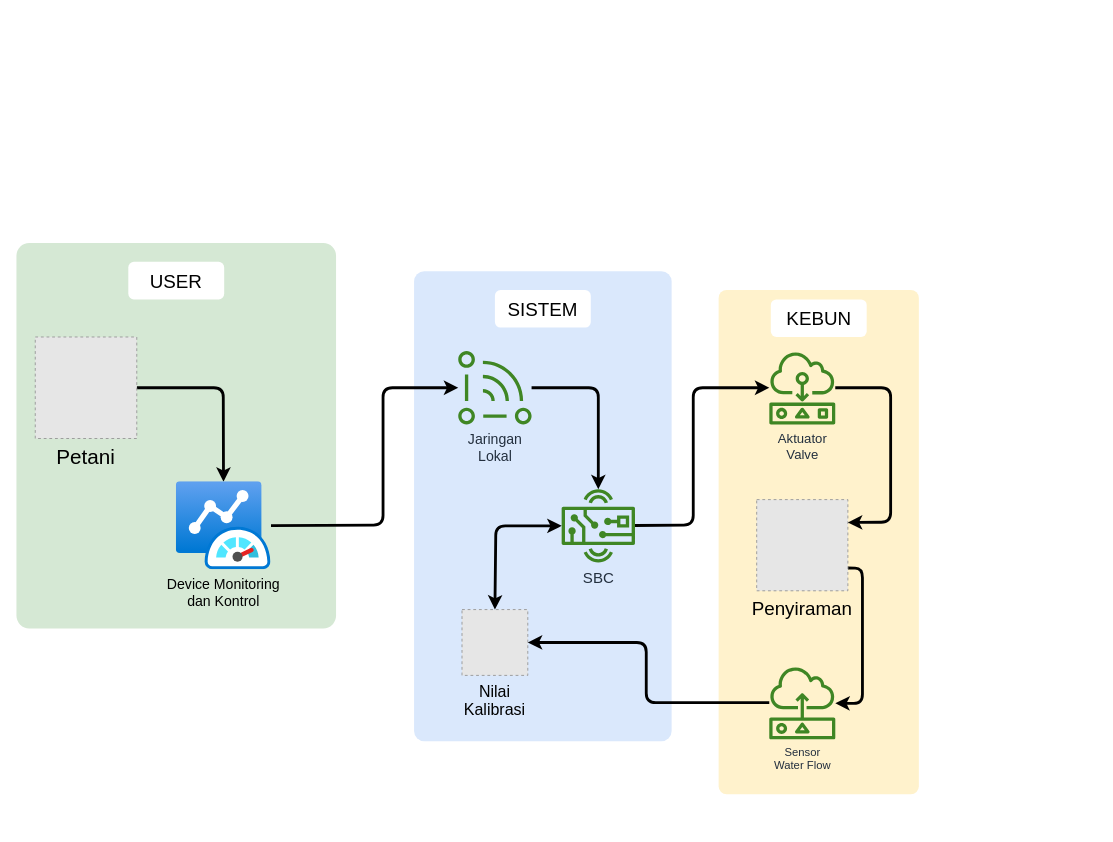
Above: page "DFD Level 2 A" (1 of 5) of project/DFD/dfd.drawio in syukrillah0108/smawa (draw.io), before the change. Source tidied: cells renumbered, new cells numbered last; positions are measured from the earlier drawing's top-left corner, leaving out a move shared by most shapes. Both pictures are drawn from the tidied source at 94%, with x=0, y=0 at pixel (16, 243). Pictures stored in the file or linked from it are replaced by grey dashed boxes.
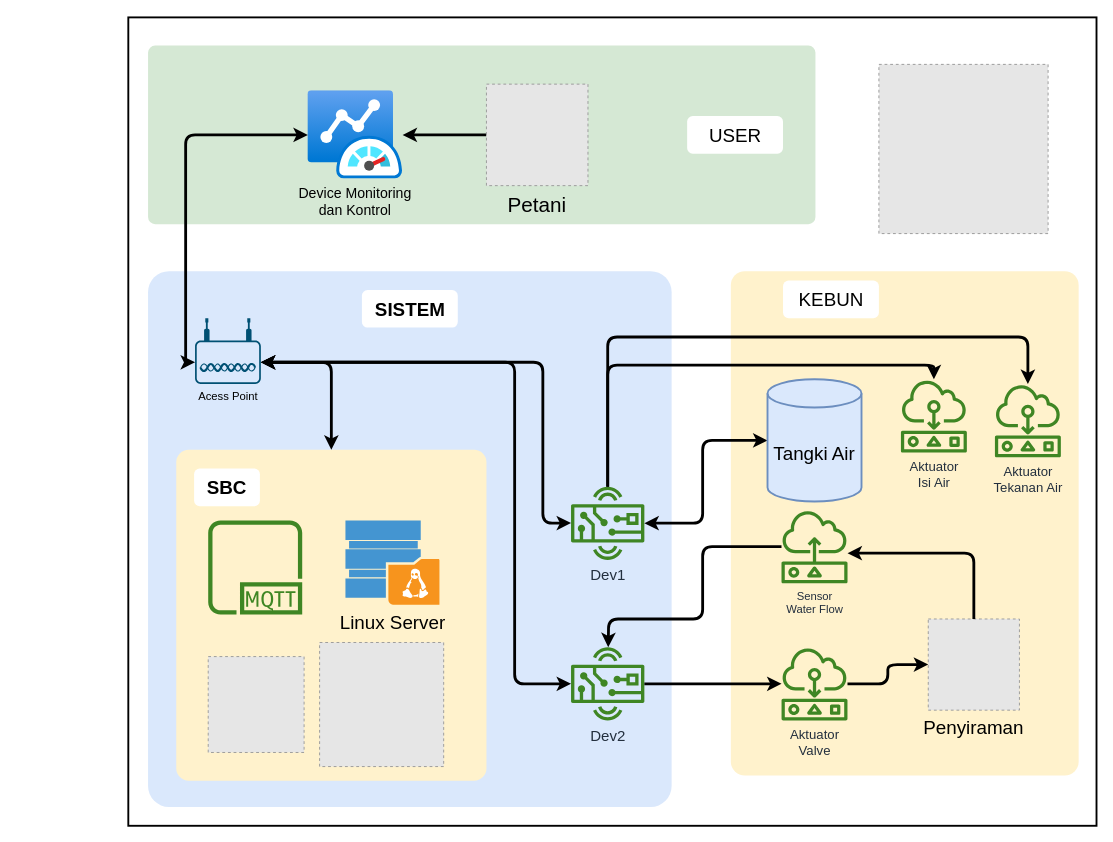
After the change.

What changed in the source:
```diff
@@
+    <mxCell id="24" style="rounded=0;whiteSpace=wrap;html=1;strokeWidth=2;fontSize=20;" parent="1" vertex="1">
+      <mxGeometry x="119" y="-240" width="1030" height="860" as="geometry" />
+    </mxCell>
     <mxCell id="2" style="rounded=1;whiteSpace=wrap;html=1;fontSize=20;strokeWidth=3;fillColor=#fff2cc;strokeColor=none;arcSize=4;" parent="1" vertex="1">
-      <mxGeometry x="747" y="50" width="213" height="536.5" as="geometry" />
+      <mxGeometry x="760" y="30" width="370" height="536.5" as="geometry" />
     </mxCell>
     <mxCell id="3" style="rounded=1;whiteSpace=wrap;html=1;fontSize=20;strokeWidth=3;fillColor=#dae8fc;strokeColor=none;arcSize=4;" parent="1" vertex="1">
-      <mxGeometry x="423" y="30" width="274" height="500" as="geometry" />
+      <mxGeometry x="140" y="30" width="557" height="570" as="geometry" />
     </mxCell>
     <mxCell id="4" style="rounded=1;whiteSpace=wrap;html=1;fontSize=20;strokeWidth=3;fillColor=#d5e8d4;strokeColor=none;arcSize=4;" parent="1" vertex="1">
-      <mxGeometry width="340" height="410" as="geometry" />
+      <mxGeometry x="140" y="-210" width="710" height="190" as="geometry" />
     </mxCell>
-    <mxCell id="5" style="edgeStyle=none;html=1;strokeWidth=3;fontSize=24;exitX=1;exitY=0.5;exitDx=0;exitDy=0;" parent="1" edge="1" source="6" target="19">
-      <mxGeometry relative="1" as="geometry">
-        <Array as="points">
-          <mxPoint x="220" y="154" />
-        </Array>
-      </mxGeometry>
+    <mxCell id="5" style="edgeStyle=orthogonalEdgeStyle;html=1;strokeWidth=3;fontSize=24;exitX=0;exitY=0.5;exitDx=0;exitDy=0;" parent="1" edge="1" source="6" target="19">
+      <mxGeometry relative="1" as="geometry" />
     </mxCell>
     <mxCell id="6" value="Petani" style="fillColor=#E6E6E6;strokeColor=#999999;dashed=1;verticalLabelPosition=bottom;labelBackgroundColor=none;verticalAlign=top;fontSize=22;" parent="1" vertex="1">
-      <mxGeometry x="20" y="100" width="108" height="108" as="geometry" />
+      <mxGeometry x="500" y="-169" width="108" height="108" as="geometry" />
     </mxCell>
-    <mxCell id="7" value="Nilai&#10;Kalibrasi" style="fillColor=#E6E6E6;strokeColor=#999999;dashed=1;verticalLabelPosition=bottom;labelBackgroundColor=none;verticalAlign=top;fontSize=17;" parent="1" vertex="1">
-      <mxGeometry x="474" y="390" width="70" height="70" as="geometry" />
-    </mxCell>
-    <mxCell id="8" style="edgeStyle=none;html=1;strokeWidth=3;fontSize=20;exitX=1;exitY=0.75;exitDx=0;exitDy=0;" parent="1" edge="1" source="9" target="13">
-      <mxGeometry relative="1" as="geometry">
-        <Array as="points">
-          <mxPoint x="900" y="346" />
-          <mxPoint x="900" y="490" />
-        </Array>
-      </mxGeometry>
-    </mxCell>
     <mxCell id="9" value="Penyiraman" style="fillColor=#E6E6E6;strokeColor=#999999;dashed=1;verticalLabelPosition=bottom;labelBackgroundColor=none;verticalAlign=top;fontSize=20;" parent="1" vertex="1">
-      <mxGeometry x="787.5" y="273" width="97" height="97" as="geometry" />
+      <mxGeometry x="970" y="400" width="97" height="97" as="geometry" />
     </mxCell>
-    <mxCell id="10" style="edgeStyle=none;html=1;entryX=1;entryY=0.25;entryDx=0;entryDy=0;strokeWidth=3;fontSize=20;" parent="1" edge="1" source="11" target="9">
-      <mxGeometry relative="1" as="geometry">
-        <Array as="points">
-          <mxPoint x="930" y="154" />
-          <mxPoint x="930" y="297" />
-        </Array>
-      </mxGeometry>
-    </mxCell>
     <mxCell id="11" value="&lt;font style=&quot;font-size: 14px;&quot;&gt;Aktuator&lt;br style=&quot;font-size: 14px;&quot;&gt;Valve&lt;/font&gt;" style="sketch=0;outlineConnect=0;fontColor=#232F3E;gradientColor=none;fillColor=#3F8624;strokeColor=none;dashed=0;verticalLabelPosition=bottom;verticalAlign=top;align=center;html=1;fontSize=14;fontStyle=0;shape=mxgraph.aws4.actuator;" parent="1" vertex="1">
-      <mxGeometry x="800" y="115" width="72" height="78" as="geometry" />
+      <mxGeometry x="813" y="430" width="72" height="78" as="geometry" />
     </mxCell>
-    <mxCell id="12" style="edgeStyle=none;html=1;strokeWidth=3;fontSize=20;entryX=1;entryY=0.5;entryDx=0;entryDy=0;" parent="1" edge="1" source="13" target="7">
-      <mxGeometry relative="1" as="geometry">
-        <Array as="points">
-          <mxPoint x="670" y="489" />
-          <mxPoint x="670" y="425" />
-        </Array>
-      </mxGeometry>
-    </mxCell>
     <mxCell id="13" value="Sensor&lt;br&gt;Water Flow" style="sketch=0;outlineConnect=0;fontColor=#232F3E;gradientColor=none;fillColor=#3F8624;strokeColor=none;dashed=0;verticalLabelPosition=bottom;verticalAlign=top;align=center;html=1;fontSize=12;fontStyle=0;shape=mxgraph.aws4.sensor;" parent="1" vertex="1">
-      <mxGeometry x="800" y="450" width="72" height="78" as="geometry" />
+      <mxGeometry x="813" y="284" width="72" height="78" as="geometry" />
     </mxCell>
-    <mxCell id="14" style="edgeStyle=none;html=1;strokeWidth=3;" parent="1" edge="1" source="15" target="17">
-      <mxGeometry relative="1" as="geometry">
-        <Array as="points">
-          <mxPoint x="619" y="154" />
-        </Array>
-      </mxGeometry>
-    </mxCell>
-    <mxCell id="15" value="&lt;font style=&quot;font-size: 15px;&quot;&gt;Jaringan&lt;br&gt;Lokal&lt;/font&gt;" style="sketch=0;outlineConnect=0;fontColor=#232F3E;gradientColor=none;fillColor=#3F8624;strokeColor=none;dashed=0;verticalLabelPosition=bottom;verticalAlign=top;align=center;html=1;fontSize=12;fontStyle=0;shape=mxgraph.aws4.iot_sailboat;" parent="1" vertex="1">
-      <mxGeometry x="470" y="115" width="78" height="78" as="geometry" />
-    </mxCell>
-    <mxCell id="16" style="edgeStyle=none;html=1;strokeWidth=3;fontSize=20;" parent="1" edge="1" source="17" target="11">
-      <mxGeometry relative="1" as="geometry">
-        <Array as="points">
-          <mxPoint x="720" y="300" />
-          <mxPoint x="720" y="154" />
-        </Array>
-      </mxGeometry>
-    </mxCell>
-    <mxCell id="17" value="SBC" style="sketch=0;outlineConnect=0;fontColor=#232F3E;gradientColor=none;fillColor=#3F8624;strokeColor=none;dashed=0;verticalLabelPosition=bottom;verticalAlign=top;align=center;html=1;fontSize=16;fontStyle=0;shape=mxgraph.aws4.hardware_board;" parent="1" vertex="1">
-      <mxGeometry x="580" y="261.9" width="78" height="78" as="geometry" />
+    <mxCell id="17" value="Dev1" style="sketch=0;outlineConnect=0;fontColor=#232F3E;gradientColor=none;fillColor=#3F8624;strokeColor=none;dashed=0;verticalLabelPosition=bottom;verticalAlign=top;align=center;html=1;fontSize=16;fontStyle=0;shape=mxgraph.aws4.hardware_board;" parent="1" vertex="1">
+      <mxGeometry x="590" y="259.2" width="78" height="78" as="geometry" />
     </mxCell>
-    <mxCell id="18" style="edgeStyle=none;html=1;strokeWidth=3;" parent="1" edge="1" source="19" target="15">
-      <mxGeometry relative="1" as="geometry">
-        <Array as="points">
-          <mxPoint x="390" y="300" />
-          <mxPoint x="390" y="154" />
-        </Array>
-      </mxGeometry>
-    </mxCell>
     <mxCell id="19" value="Device Monitoring&lt;br style=&quot;font-size: 15px;&quot;&gt;dan Kontrol" style="html=1;points=[];align=center;image;fontSize=15;image=img/lib/azure2/other/Azure_Monitor_Dashboard.svg;labelBackgroundColor=none;" parent="1" vertex="1">
-      <mxGeometry x="170" y="254" width="100.8" height="93.7" as="geometry" />
+      <mxGeometry x="310" y="-161.9" width="100.8" height="93.7" as="geometry" />
     </mxCell>
-    <mxCell id="20" style="endArrow=classic;startArrow=classic;html=1;strokeWidth=3;fontSize=20;exitX=0.5;exitY=0;exitDx=0;exitDy=0;" parent="1" edge="1" source="7" target="17">
-      <mxGeometry relative="1" as="geometry">
-        <Array as="points">
-          <mxPoint x="510" y="301" />
-        </Array>
-      </mxGeometry>
-    </mxCell>
     <mxCell id="21" value="USER" style="rounded=1;whiteSpace=wrap;html=1;labelBackgroundColor=none;strokeWidth=3;fontSize=20;strokeColor=none;" parent="1" vertex="1">
-      <mxGeometry x="119" y="20" width="102" height="40" as="geometry" />
+      <mxGeometry x="713.5" y="-135" width="102" height="40" as="geometry" />
     </mxCell>
-    <mxCell id="22" value="SISTEM" style="rounded=1;whiteSpace=wrap;html=1;labelBackgroundColor=none;strokeWidth=3;fontSize=20;strokeColor=none;" parent="1" vertex="1">
-      <mxGeometry x="509" y="50" width="102" height="40" as="geometry" />
+    <mxCell id="22" value="SISTEM" style="rounded=1;whiteSpace=wrap;html=1;labelBackgroundColor=none;strokeWidth=3;fontSize=20;strokeColor=none;fontStyle=1;" parent="1" vertex="1">
+      <mxGeometry x="367.5" y="50" width="102" height="40" as="geometry" />
     </mxCell>
     <mxCell id="23" value="KEBUN" style="rounded=1;whiteSpace=wrap;html=1;labelBackgroundColor=none;strokeWidth=3;fontSize=20;strokeColor=none;" parent="1" vertex="1">
-      <mxGeometry x="802.5" y="60" width="102" height="40" as="geometry" />
+      <mxGeometry x="815.5" y="40" width="102" height="40" as="geometry" />
     </mxCell>
+    <mxCell id="25" value="Acess Point" style="points=[[0.03,0.36,0],[0.18,0,0],[0.5,0.34,0],[0.82,0,0],[0.97,0.36,0],[1,0.67,0],[0.975,0.975,0],[0.5,1,0],[0.025,0.975,0],[0,0.67,0]];verticalLabelPosition=bottom;sketch=0;html=1;verticalAlign=top;align=center;shape=mxgraph.cisco19.wireless_access_point;fillColor=#005073;strokeColor=none;strokeWidth=1;perimeterSpacing=0;" parent="1" vertex="1">
+      <mxGeometry x="190" y="80" width="70" height="70" as="geometry" />
+    </mxCell>
+    <mxCell id="26" style="group;" parent="1" vertex="1">
+      <mxGeometry x="170" y="220" width="330" height="352" as="geometry" />
+    </mxCell>
+    <mxCell id="27" style="rounded=1;whiteSpace=wrap;html=1;fontSize=20;strokeWidth=3;fillColor=#fff2cc;strokeColor=none;arcSize=4;" parent="26" vertex="1">
+      <mxGeometry width="330" height="352" as="geometry" />
+    </mxCell>
+    <mxCell id="28" value="SBC" style="rounded=1;whiteSpace=wrap;html=1;labelBackgroundColor=none;strokeWidth=3;fontSize=20;strokeColor=none;fontStyle=1;" parent="26" vertex="1">
+      <mxGeometry x="19" y="20" width="70" height="40" as="geometry" />
+    </mxCell>
+    <mxCell id="29" style="sketch=0;fontColor=#232F3E;gradientColor=none;fillColor=#3F8624;strokeColor=none;dashed=0;verticalLabelPosition=bottom;verticalAlign=top;align=center;html=1;fontSize=12;fontStyle=0;shape=mxgraph.aws4.mqtt_protocol;strokeWidth=1;" parent="26" vertex="1">
+      <mxGeometry x="34" y="75.2" width="100" height="100" as="geometry" />
+    </mxCell>
+    <mxCell id="30" value="Linux Server" style="shadow=0;dashed=0;html=1;strokeColor=none;fillColor=#4495D1;labelPosition=center;verticalLabelPosition=bottom;verticalAlign=top;align=center;shape=mxgraph.veeam.linux_repository;strokeWidth=1;fontSize=20;" parent="26" vertex="1">
+      <mxGeometry x="180" y="75.2" width="100" height="89.6" as="geometry" />
+    </mxCell>
+    <mxCell id="31" style="fillColor=#E6E6E6;strokeColor=#999999;dashed=1;verticalLabelPosition=bottom;labelBackgroundColor=default;verticalAlign=top;" parent="26" vertex="1">
+      <mxGeometry x="34" y="220" width="102" height="102" as="geometry" />
+    </mxCell>
+    <mxCell id="32" style="fillColor=#E6E6E6;strokeColor=#999999;dashed=1;verticalLabelPosition=bottom;labelBackgroundColor=default;verticalAlign=top;" parent="26" vertex="1">
+      <mxGeometry x="152.5" y="205" width="132" height="132" as="geometry" />
+    </mxCell>
+    <mxCell id="33" value="Dev2" style="sketch=0;outlineConnect=0;fontColor=#232F3E;gradientColor=none;fillColor=#3F8624;strokeColor=none;dashed=0;verticalLabelPosition=bottom;verticalAlign=top;align=center;html=1;fontSize=16;fontStyle=0;shape=mxgraph.aws4.hardware_board;" parent="1" vertex="1">
+      <mxGeometry x="590" y="430" width="78" height="78" as="geometry" />
+    </mxCell>
+    <mxCell id="34" style="endArrow=classic;startArrow=classic;html=1;fontSize=20;strokeWidth=3;exitX=1;exitY=0.67;exitDx=0;exitDy=0;exitPerimeter=0;entryX=0.5;entryY=0;entryDx=0;entryDy=0;" parent="1" edge="1" source="25" target="27">
+      <mxGeometry relative="1" as="geometry">
+        <Array as="points">
+          <mxPoint x="335" y="127" />
+        </Array>
+      </mxGeometry>
+    </mxCell>
+    <mxCell id="35" style="endArrow=classic;startArrow=classic;html=1;fontSize=20;strokeWidth=3;exitX=1;exitY=0.67;exitDx=0;exitDy=0;exitPerimeter=0;edgeStyle=orthogonalEdgeStyle;" parent="1" edge="1" source="25" target="17">
+      <mxGeometry relative="1" as="geometry">
+        <Array as="points">
+          <mxPoint x="560" y="127" />
+          <mxPoint x="560" y="298" />
+        </Array>
+      </mxGeometry>
+    </mxCell>
+    <mxCell id="36" style="endArrow=classic;startArrow=classic;html=1;fontSize=20;strokeWidth=3;exitX=1;exitY=0.67;exitDx=0;exitDy=0;exitPerimeter=0;edgeStyle=orthogonalEdgeStyle;" parent="1" edge="1" source="25" target="33">
+      <mxGeometry relative="1" as="geometry">
+        <Array as="points">
+          <mxPoint x="530" y="127" />
+          <mxPoint x="530" y="469" />
+        </Array>
+      </mxGeometry>
+    </mxCell>
+    <mxCell id="37" style="endArrow=classic;startArrow=classic;html=1;strokeWidth=3;fontSize=20;entryX=0;entryY=0.67;entryDx=0;entryDy=0;entryPerimeter=0;edgeStyle=orthogonalEdgeStyle;" parent="1" edge="1" source="19" target="25">
+      <mxGeometry relative="1" as="geometry" />
+    </mxCell>
+    <mxCell id="38" style="endArrow=classic;startArrow=classic;html=1;strokeWidth=3;fontSize=20;exitX=0;exitY=0.5;exitDx=0;exitDy=0;exitPerimeter=0;" parent="1" edge="1" source="39" target="17">
+      <mxGeometry relative="1" as="geometry">
+        <Array as="points">
+          <mxPoint x="730" y="210" />
+          <mxPoint x="730" y="298" />
+        </Array>
+      </mxGeometry>
+    </mxCell>
+    <mxCell id="39" value="Tangki Air" style="shape=cylinder3;whiteSpace=wrap;html=1;boundedLbl=1;backgroundOutline=1;size=15;strokeWidth=2;fontSize=20;fillColor=#dae8fc;strokeColor=#6c8ebf;" parent="1" vertex="1">
+      <mxGeometry x="799" y="145" width="100" height="130" as="geometry" />
+    </mxCell>
+    <mxCell id="40" style="endArrow=classic;html=1;strokeWidth=3;fontSize=20;" parent="1" edge="1" source="33" target="11">
+      <mxGeometry relative="1" as="geometry" />
+    </mxCell>
+    <mxCell id="41" style="endArrow=classic;html=1;strokeWidth=3;fontSize=20;" parent="1" edge="1" source="13" target="33">
+      <mxGeometry relative="1" as="geometry">
+        <Array as="points">
+          <mxPoint x="730" y="323" />
+          <mxPoint x="730" y="400" />
+          <mxPoint x="630" y="400" />
+        </Array>
+      </mxGeometry>
+    </mxCell>
+    <mxCell id="8" style="endArrow=classic;html=1;strokeWidth=3;fontSize=20;exitX=0.5;exitY=0;exitDx=0;exitDy=0;edgeStyle=orthogonalEdgeStyle;" parent="1" edge="1" source="9" target="13">
+      <mxGeometry relative="1" as="geometry">
+        <Array as="points">
+          <mxPoint x="1019" y="330" />
+        </Array>
+      </mxGeometry>
+    </mxCell>
+    <mxCell id="10" style="endArrow=classic;html=1;strokeWidth=3;fontSize=20;edgeStyle=orthogonalEdgeStyle;entryX=0;entryY=0.5;entryDx=0;entryDy=0;" parent="1" edge="1" source="11" target="9">
+      <mxGeometry relative="1" as="geometry" />
+    </mxCell>
+    <mxCell id="42" value="&lt;font style=&quot;font-size: 14px;&quot;&gt;Aktuator&lt;br style=&quot;font-size: 14px;&quot;&gt;Isi Air&lt;br&gt;&lt;/font&gt;" style="sketch=0;outlineConnect=0;fontColor=#232F3E;gradientColor=none;fillColor=#3F8624;strokeColor=none;dashed=0;verticalLabelPosition=bottom;verticalAlign=top;align=center;html=1;fontSize=14;fontStyle=0;shape=mxgraph.aws4.actuator;" parent="1" vertex="1">
+      <mxGeometry x="940" y="145" width="72" height="78" as="geometry" />
+    </mxCell>
+    <mxCell id="43" value="&lt;font style=&quot;font-size: 14px;&quot;&gt;Aktuator&lt;br style=&quot;font-size: 14px;&quot;&gt;Tekanan Air&lt;br&gt;&lt;/font&gt;" style="sketch=0;outlineConnect=0;fontColor=#232F3E;gradientColor=none;fillColor=#3F8624;strokeColor=none;dashed=0;verticalLabelPosition=bottom;verticalAlign=top;align=center;html=1;fontSize=14;fontStyle=0;shape=mxgraph.aws4.actuator;" parent="1" vertex="1">
+      <mxGeometry x="1040" y="150" width="72" height="78" as="geometry" />
+    </mxCell>
+    <mxCell id="44" style="endArrow=classic;html=1;strokeWidth=3;fontSize=20;edgeStyle=orthogonalEdgeStyle;" parent="1" edge="1" source="17" target="42">
+      <mxGeometry relative="1" as="geometry">
+        <Array as="points">
+          <mxPoint x="629" y="130" />
+          <mxPoint x="976" y="130" />
+        </Array>
+      </mxGeometry>
+    </mxCell>
+    <mxCell id="45" style="endArrow=classic;html=1;strokeWidth=3;fontSize=20;edgeStyle=orthogonalEdgeStyle;" parent="1" edge="1" source="17" target="43">
+      <mxGeometry relative="1" as="geometry">
+        <Array as="points">
+          <mxPoint x="629" y="100" />
+          <mxPoint x="1076" y="100" />
+        </Array>
+      </mxGeometry>
+    </mxCell>
+    <mxCell id="46" style="fillColor=#E6E6E6;strokeColor=#999999;dashed=1;verticalLabelPosition=bottom;labelBackgroundColor=default;verticalAlign=top;" parent="1" vertex="1">
+      <mxGeometry x="917.5" y="-190" width="180" height="180" as="geometry" />
+    </mxCell>
```
